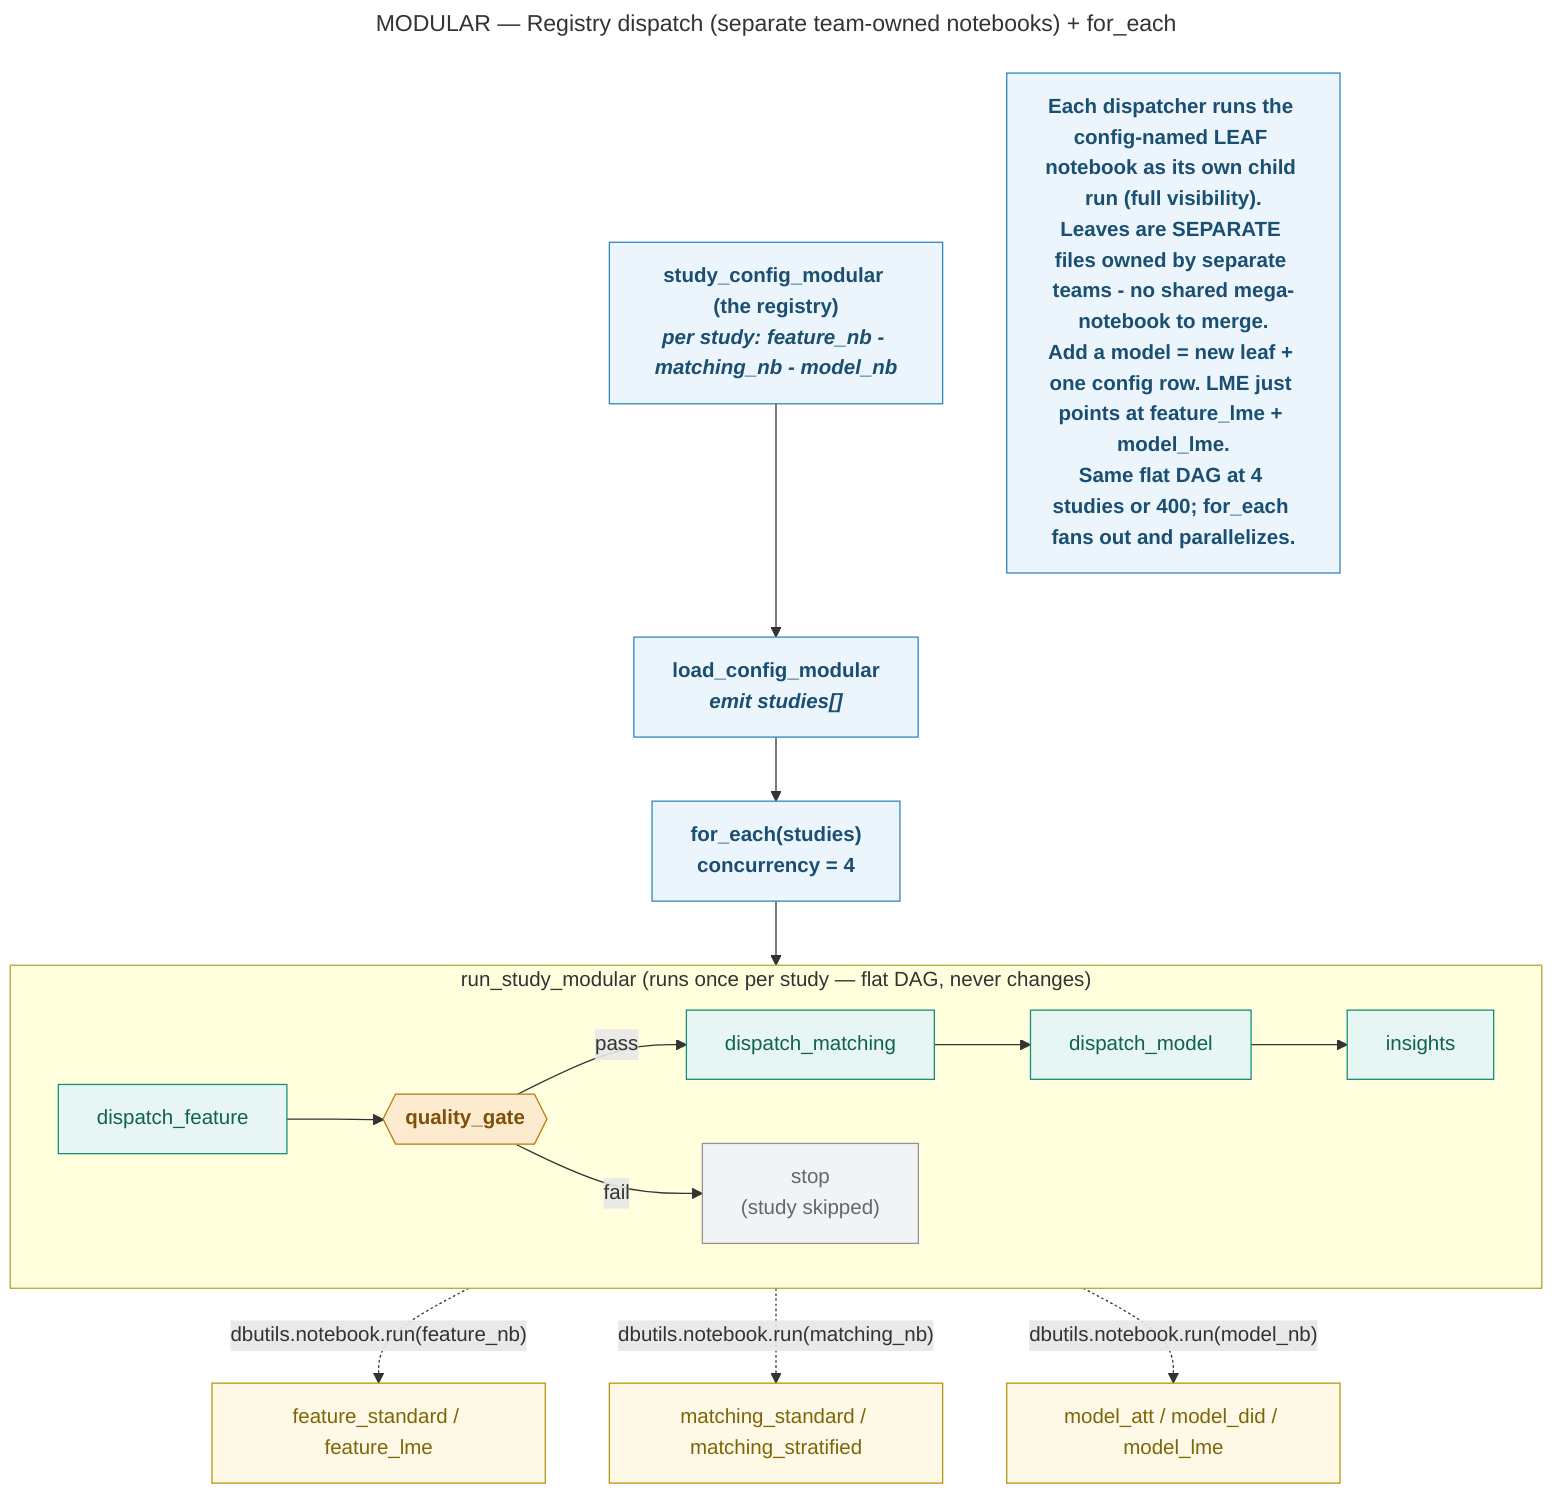
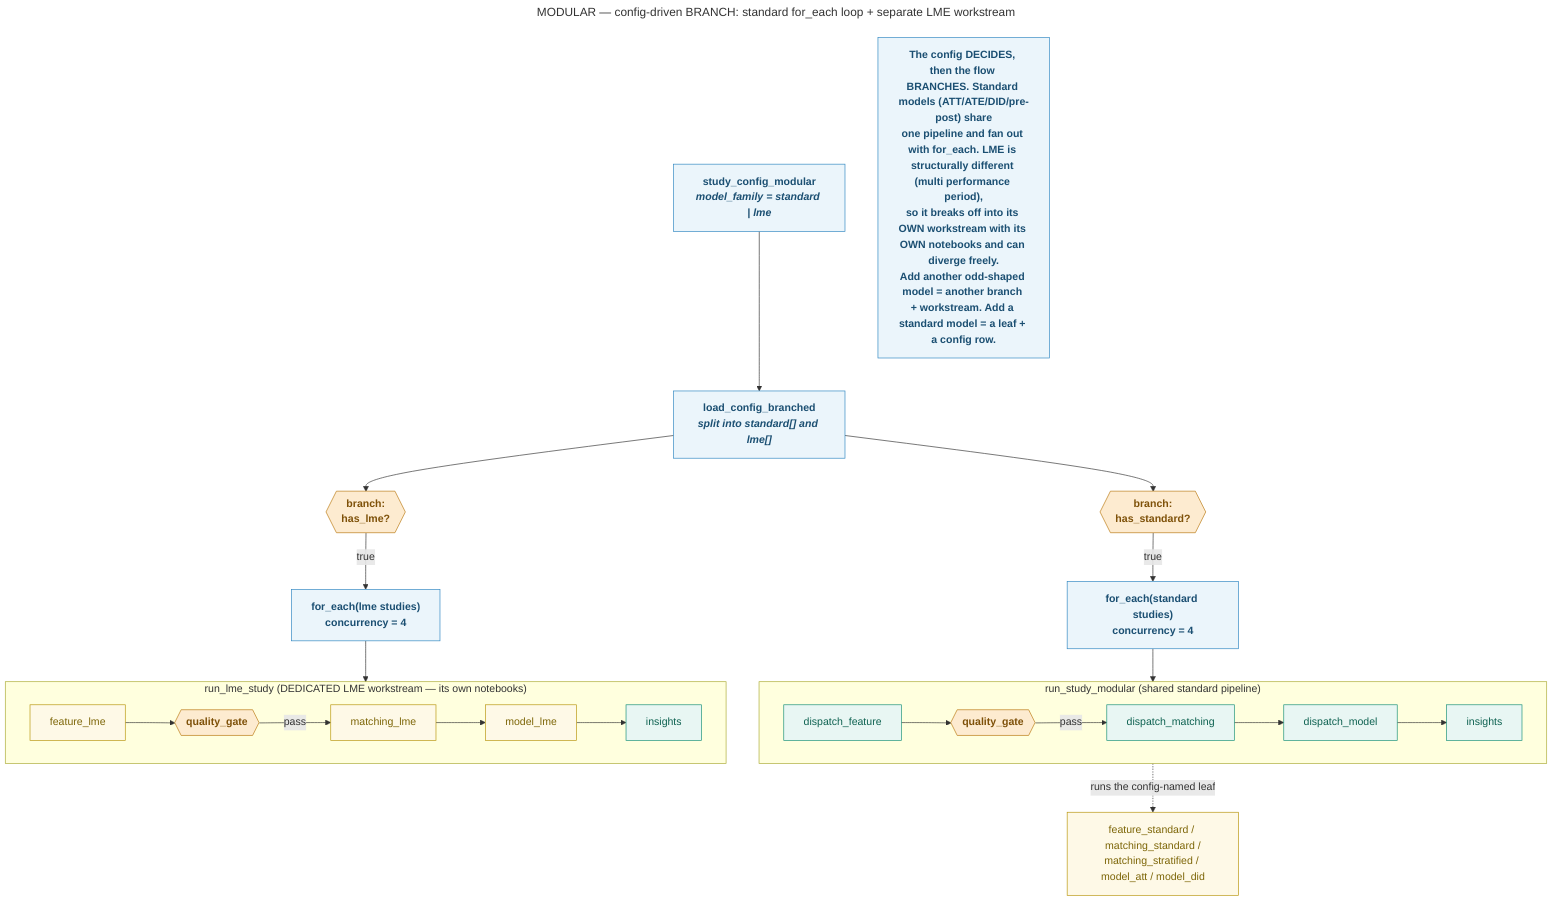
---
- title: "MODULAR — Registry dispatch (separate team-owned notebooks) + for_each"
+ title: "MODULAR — config-driven BRANCH: standard for_each loop + separate LME workstream"
---
flowchart TD
  classDef cond fill:#FDEBD0,stroke:#B9770E,color:#7E5109,font-weight:bold;
  classDef nb fill:#E8F6F3,stroke:#148F77,color:#0E6251;
  classDef leaf fill:#FEF9E7,stroke:#B7950B,color:#7D6608;
  classDef ctrl fill:#EBF5FB,stroke:#2E86C1,color:#1B4F72,font-weight:bold;
-   classDef stop fill:#F2F3F4,stroke:#909497,color:#5F6A6A;

-   CFG["study_config_modular (the registry)<br/><i>per study: feature_nb - matching_nb - model_nb</i>"]:::ctrl --> LC
-   LC["load_config_modular<br/><i>emit studies[]</i>"]:::ctrl --> FE["for_each(studies)<br/>concurrency = 4"]:::ctrl
-   FE --> F
+   CFG["study_config_modular<br/><i>model_family = standard | lme</i>"]:::ctrl --> LC
+   LC["load_config_branched<br/><i>split into standard[] and lme[]</i>"]:::ctrl --> BS{{"branch:<br/>has_standard?"}}:::cond
+   LC --> BL{{"branch:<br/>has_lme?"}}:::cond

-   subgraph RS["run_study_modular  (runs once per study — flat DAG, never changes)"]
+   %% ---- Branch 1: standard family, shared for_each loop ----
+   BS -->|true| FES["for_each(standard studies)<br/>concurrency = 4"]:::ctrl
+   subgraph RS["run_study_modular  (shared standard pipeline)"]
    direction LR
    F["dispatch_feature"]:::nb --> Q{{"quality_gate"}}:::cond
-     Q -->|pass| M["dispatch_matching"]:::nb
-     M --> MD["dispatch_model"]:::nb
-     MD --> I["insights"]:::nb
-     Q -->|fail| X["stop<br/>(study skipped)"]:::stop
+     Q -->|pass| M["dispatch_matching"]:::nb --> MD["dispatch_model"]:::nb --> I["insights"]:::nb
  end
+   FES --> F
+   MD -. "runs the config-named leaf" .-> SL["feature_standard / matching_standard /<br/>matching_stratified / model_att / model_did"]:::leaf

-   F -. "dbutils.notebook.run(feature_nb)" .-> FL["feature_standard / feature_lme"]:::leaf
-   M -. "dbutils.notebook.run(matching_nb)" .-> ML["matching_standard / matching_stratified"]:::leaf
-   MD -. "dbutils.notebook.run(model_nb)" .-> MDL["model_att / model_did / model_lme"]:::leaf
+   %% ---- Branch 2: LME family, its OWN separate workstream ----
+   BL -->|true| FEL["for_each(lme studies)<br/>concurrency = 4"]:::ctrl
+   subgraph RL["run_lme_study  (DEDICATED LME workstream — its own notebooks)"]
+     direction LR
+     LF["feature_lme"]:::leaf --> LQ{{"quality_gate"}}:::cond
+     LQ -->|pass| LM["matching_lme"]:::leaf --> LMD["model_lme"]:::leaf --> LI["insights"]:::nb
+   end
+   FEL --> LF

-   N["Each dispatcher runs the config-named LEAF notebook as its own child run (full visibility).<br/>Leaves are SEPARATE files owned by separate teams - no shared mega-notebook to merge.<br/>Add a model = new leaf + one config row. LME just points at feature_lme + model_lme.<br/>Same flat DAG at 4 studies or 400; for_each fans out and parallelizes."]:::ctrl
+   N["The config DECIDES, then the flow BRANCHES. Standard models (ATT/ATE/DID/pre-post) share<br/>one pipeline and fan out with for_each. LME is structurally different (multi performance period),<br/>so it breaks off into its OWN workstream with its OWN notebooks and can diverge freely.<br/>Add another odd-shaped model = another branch + workstream. Add a standard model = a leaf + a config row."]:::ctrl
